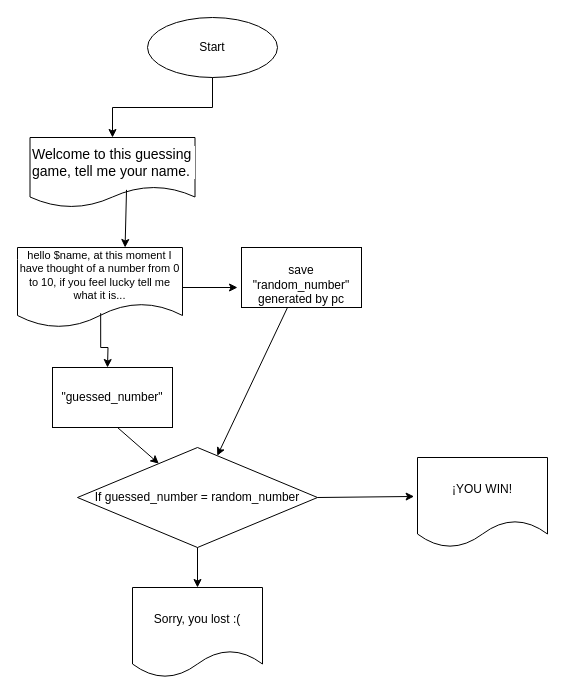
Before: Diagrama sin título.drawio in Melly2929/Probando, a draw.io diagram. Source tidied: cells renumbered, new cells numbered last; positions are measured from the earlier drawing's top-left corner, leaving out a move shared by most shapes. Both pictures are drawn from the tidied source at 100%, with x=0, y=0 at pixel (17, 17).
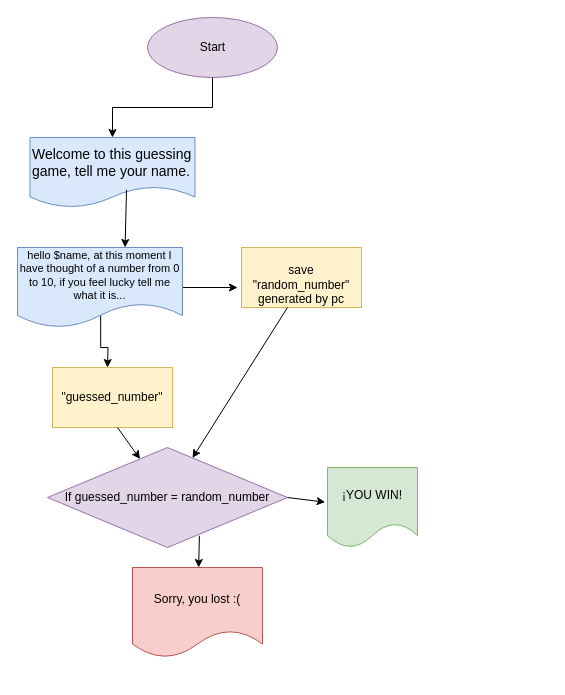
The same page after the edit.

Diff of the diagram source:
```diff
@@
-    <mxCell id="2" value="Welcome to this guessing game, tell me your name." style="shape=document;whiteSpace=wrap;boundedLbl=1;align=left;fillColor=none;strokeColor=default;verticalAlign=middle;labelBackgroundColor=default;fontSize=14;html=1;" parent="1" vertex="1">
+    <mxCell id="2" value="Welcome to this guessing game, tell me your name." style="shape=document;whiteSpace=wrap;boundedLbl=1;align=left;fillColor=#dae8fc;strokeColor=#6c8ebf;verticalAlign=middle;labelBackgroundColor=none;fontSize=14;html=1;" parent="1" vertex="1">
       <mxGeometry x="12.5" y="120" width="165" height="70" as="geometry" />
     </mxCell>
-    <mxCell id="3" value="Start" style="ellipse;whiteSpace=wrap;html=1;" parent="1" vertex="1">
+    <mxCell id="3" value="Start" style="ellipse;html=1;labelBackgroundColor=none;fillColor=#e1d5e7;strokeColor=#9673a6;" parent="1" vertex="1">
       <mxGeometry x="130" width="130" height="60" as="geometry" />
     </mxCell>
@@
-    <mxCell id="7" value="hello $name, at this moment I have thought of a number from 0 to 10, if you feel lucky tell me what it is..." style="shape=document;whiteSpace=wrap;boundedLbl=1;align=center;fillColor=none;strokeColor=default;verticalAlign=middle;labelBackgroundColor=default;fontSize=11;html=1;" parent="1" vertex="1">
+    <mxCell id="7" value="hello $name, at this moment I have thought of a number from 0 to 10, if you feel lucky tell me what it is..." style="shape=document;whiteSpace=wrap;boundedLbl=1;align=center;fillColor=#dae8fc;strokeColor=#6c8ebf;verticalAlign=middle;labelBackgroundColor=none;fontSize=11;html=1;" parent="1" vertex="1">
       <mxGeometry y="230" width="165" height="80" as="geometry" />
     </mxCell>
-    <mxCell id="8" value="&quot;guessed_number&quot;" style="rounded=0;whiteSpace=wrap;" parent="1" vertex="1">
+    <mxCell id="8" value="&quot;guessed_number&quot;" style="rounded=0;whiteSpace=wrap;fillColor=#fff2cc;strokeColor=#d6b656;" parent="1" vertex="1">
       <mxGeometry x="35" y="350" width="120" height="60" as="geometry" />
     </mxCell>
-    <mxCell id="9" value="&lt;br&gt;save &quot;random_number&quot; generated by pc" style="rounded=0;whiteSpace=wrap;html=1;" parent="1" vertex="1">
+    <mxCell id="9" value="&lt;br&gt;save &quot;random_number&quot; generated by pc" style="rounded=0;whiteSpace=wrap;html=1;fillColor=#fff2cc;strokeColor=#d6b656;" parent="1" vertex="1">
       <mxGeometry x="224" y="230" width="120" height="60" as="geometry" />
     </mxCell>
@@
-    <mxCell id="11" value="If guessed_number = random_number" style="rhombus;whiteSpace=wrap;html=1;" parent="1" vertex="1">
-      <mxGeometry x="60" y="430" width="240" height="100" as="geometry" />
+    <mxCell id="11" value="If guessed_number = random_number" style="rhombus;whiteSpace=wrap;html=1;fillColor=#e1d5e7;strokeColor=#9673a6;" parent="1" vertex="1">
+      <mxGeometry x="30" y="430" width="240" height="100" as="geometry" />
     </mxCell>
-    <mxCell id="12" value="¡YOU WIN!" style="shape=document;whiteSpace=wrap;html=1;boundedLbl=1;" parent="1" vertex="1">
-      <mxGeometry x="400" y="440" width="130" height="90" as="geometry" />
+    <mxCell id="12" value="¡YOU WIN!" style="shape=document;whiteSpace=wrap;html=1;boundedLbl=1;fillColor=#d5e8d4;strokeColor=#82b366;" parent="1" vertex="1">
+      <mxGeometry x="310" y="450" width="90" height="80" as="geometry" />
     </mxCell>
-    <mxCell id="13" value="Sorry, you lost :(" style="shape=document;whiteSpace=wrap;html=1;boundedLbl=1;" parent="1" vertex="1">
-      <mxGeometry x="115" y="570" width="130" height="90" as="geometry" />
+    <mxCell id="13" value="Sorry, you lost :(" style="shape=document;whiteSpace=wrap;html=1;boundedLbl=1;fillColor=#f8cecc;strokeColor=#b85450;" parent="1" vertex="1">
+      <mxGeometry x="115" y="550" width="130" height="90" as="geometry" />
     </mxCell>
@@
-    <mxCell id="17" style="endArrow=classic;html=1;rounded=0;" parent="1" edge="1" target="13">
-      <mxGeometry relative="1" as="geometry">
-        <mxPoint x="180" y="530" as="sourcePoint" />
-      </mxGeometry>
+    <mxCell id="17" style="endArrow=classic;html=1;rounded=0;exitX=0.633;exitY=0.883;exitDx=0;exitDy=0;exitPerimeter=0;" parent="1" edge="1" source="11" target="13">
+      <mxGeometry relative="1" as="geometry" />
     </mxCell>
```
